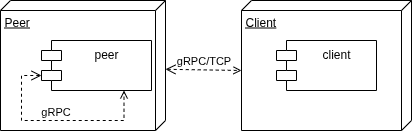
Above: docs/DiagramaDeDespliegue.png in rafaelputaro/tp7561 (draw.io), before the change. Source tidied: cells renumbered, new cells last; positions are measured from the earlier drawing's top-left corner, leaving out a move shared by most shapes.
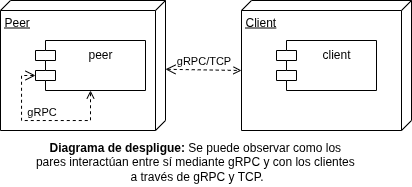
Later version of the same file.

Commit message:
upgrade despliegue

The edit, as a diff of the source:
```diff
@@ -6,7 +6,7 @@
       <mxGeometry width="165" height="130" as="geometry" />
     </mxCell>
     <mxCell id="3" value="peer" style="shape=module;align=left;spacingLeft=20;align=center;verticalAlign=top;whiteSpace=wrap;html=1;" parent="1" vertex="1">
-      <mxGeometry x="41" y="40" width="110" height="50" as="geometry" />
+      <mxGeometry x="35" y="40" width="110" height="50" as="geometry" />
     </mxCell>
     <mxCell id="4" value="Client" style="verticalAlign=top;align=left;spacingTop=8;spacingLeft=2;spacingRight=12;shape=cube;size=10;direction=south;fontStyle=4;html=1;whiteSpace=wrap;" parent="1" vertex="1">
       <mxGeometry x="241" width="170" height="130" as="geometry" />
@@ -19,14 +19,17 @@
         <mxPoint x="241" y="70" as="targetPoint" />
       </mxGeometry>
     </mxCell>
-    <mxCell id="7" value="gRPC" style="html=1;verticalAlign=bottom;startArrow=open;startFill=0;endArrow=open;startSize=8;rounded=0;entryX=0.75;entryY=1;entryDx=0;entryDy=0;dashed=1;endFill=0;edgeStyle=orthogonalEdgeStyle;exitX=0;exitY=0;exitDx=0;exitDy=35;exitPerimeter=0;" parent="1" edge="1" source="3" target="3">
+    <mxCell id="7" value="gRPC" style="html=1;verticalAlign=bottom;startArrow=open;startFill=0;endArrow=open;startSize=8;rounded=0;entryX=0.5;entryY=1;entryDx=0;entryDy=0;dashed=1;endFill=0;edgeStyle=orthogonalEdgeStyle;exitX=0;exitY=0;exitDx=0;exitDy=35;exitPerimeter=0;" parent="1" edge="1" source="3" target="3">
       <mxGeometry relative="1" as="geometry">
         <Array as="points">
           <mxPoint x="21" y="75" />
           <mxPoint x="21" y="120" />
-          <mxPoint x="123" y="120" />
+          <mxPoint x="90" y="120" />
         </Array>
       </mxGeometry>
     </mxCell>
+    <mxCell id="8" value="&lt;div style=&quot;&quot;&gt;&lt;span style=&quot;font-family: Arial; background-color: transparent; color: light-dark(rgb(0, 0, 0), rgb(255, 255, 255));&quot;&gt;Diagrama de despligue: &lt;span style=&quot;font-weight: normal;&quot;&gt;Se puede observar como los&amp;nbsp;&lt;/span&gt;&lt;/span&gt;&lt;/div&gt;&lt;div style=&quot;&quot;&gt;&lt;font style=&quot;font-weight: normal;&quot; face=&quot;Arial&quot;&gt;pares interactúan entre sí mediante gRPC y con los clientes&amp;nbsp;&lt;/font&gt;&lt;/div&gt;&lt;div style=&quot;&quot;&gt;&lt;font style=&quot;font-weight: normal;&quot; face=&quot;Arial&quot;&gt;a través de gRPC y TCP.&lt;/font&gt;&lt;/div&gt;" style="text;align=center;fontStyle=1;verticalAlign=middle;spacingLeft=3;spacingRight=3;strokeColor=none;html=1;" parent="1" vertex="1">
+      <mxGeometry x="12" y="136" width="368" height="50" as="geometry" />
+    </mxCell>
   </root>
 </mxGraphModel>
```
